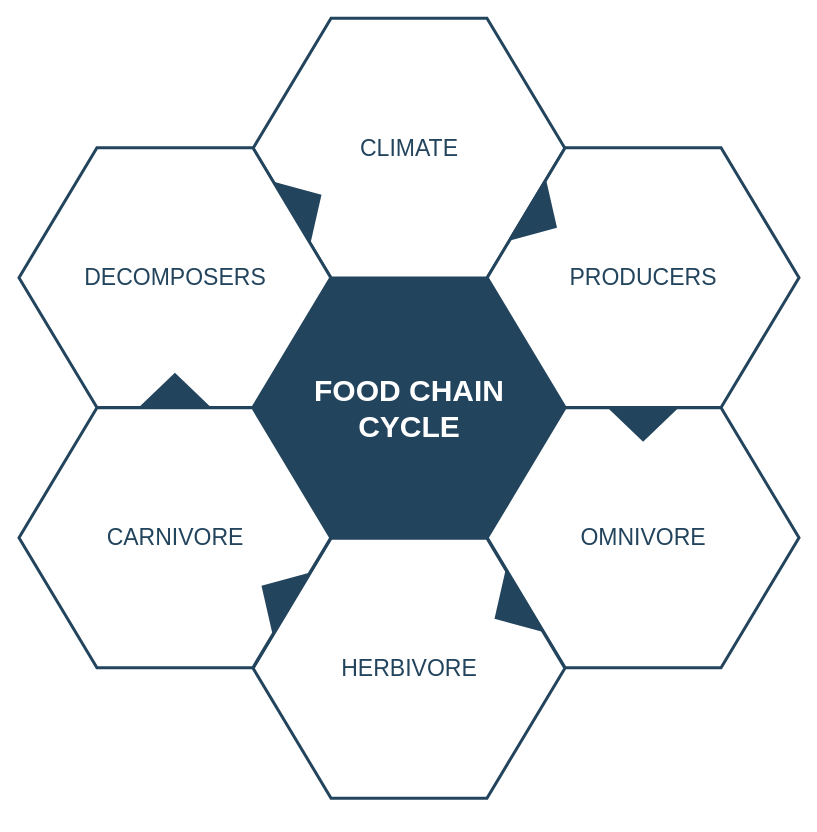
The draw.io diagram page "Page-1" (1 of 2) of Data_Preprocessing.drawio in ChanumoluGayathri/System_Design, before the edit. Source tidied: cells renumbered, new cells numbered last; positions are measured from the earlier drawing's top-left corner, leaving out a move shared by most shapes. Both pictures are drawn from the tidied source at 100%, with x=0, y=0 at pixel (18, 18).
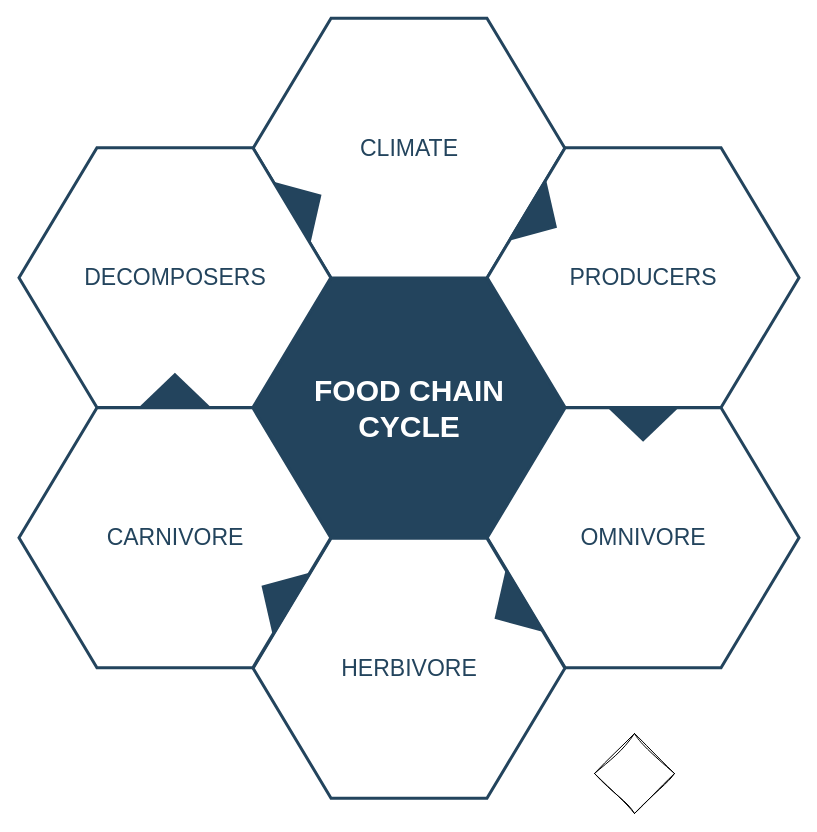
The same page after the edit.

Change to the diagram source:
```diff
@@
 <mxGraphModel>
   <root>
     <mxCell id="0" />
     <mxCell id="1" parent="0" />
     <mxCell id="2" value="&lt;font style=&quot;font-size: 30px&quot; color=&quot;#ffffff&quot;&gt;&lt;b&gt;&lt;span&gt;FOOD CHAIN&lt;/span&gt;&lt;br&gt;&lt;span&gt;CYCLE&lt;/span&gt;&lt;/b&gt;&lt;/font&gt;&lt;br&gt;" style="shape=hexagon;perimeter=hexagonPerimeter2;whiteSpace=wrap;html=1;shadow=0;labelBackgroundColor=none;strokeColor=#23445D;fillColor=#23445D;gradientColor=none;fontFamily=Helvetica;fontSize=23;fontColor=#23445d;align=center;strokeWidth=3;" parent="1" vertex="1">
       <mxGeometry x="234.6" y="259.8" width="311.8" height="259.9" as="geometry" />
     </mxCell>
     <mxCell id="3" style="triangle;whiteSpace=wrap;html=1;shadow=0;labelBackgroundColor=none;strokeColor=none;fillColor=#FFFFFF;fontFamily=Helvetica;fontSize=17;fontColor=#23445d;align=center;rotation=90;gradientColor=none;flipV=1;flipH=1;opacity=20;" parent="1" vertex="1">
       <mxGeometry x="115.5" y="277.7" width="72" height="152" as="geometry" />
     </mxCell>
     <mxCell id="4" value="&lt;font style=&quot;font-size: 23px&quot;&gt;CLIMATE&lt;/font&gt;" style="shape=hexagon;perimeter=hexagonPerimeter2;whiteSpace=wrap;html=1;shadow=0;labelBackgroundColor=none;strokeColor=#23445D;fillColor=#ffffff;gradientColor=none;fontFamily=Helvetica;fontSize=23;fontColor=#23445D;align=center;strokeWidth=3;" parent="1" vertex="1">
       <mxGeometry x="234.6" y="-0.3" width="311.8" height="259.9" as="geometry" />
     </mxCell>
     <mxCell id="5" value="&lt;font style=&quot;font-size: 23px&quot;&gt;PRODUCERS&lt;/font&gt;" style="shape=hexagon;perimeter=hexagonPerimeter2;whiteSpace=wrap;html=1;shadow=0;labelBackgroundColor=none;strokeColor=#23445D;fillColor=#FFFFFF;gradientColor=none;fontFamily=Helvetica;fontSize=23;fontColor=#23445d;align=center;strokeWidth=3;" parent="1" vertex="1">
       <mxGeometry x="468.7" y="129.2" width="311.8" height="259.9" as="geometry" />
     </mxCell>
     <mxCell id="6" value="&lt;font style=&quot;font-size: 23px&quot;&gt;OMNIVORE&lt;/font&gt;" style="shape=hexagon;perimeter=hexagonPerimeter2;whiteSpace=wrap;html=1;shadow=0;labelBackgroundColor=none;strokeColor=#23445D;fillColor=#FFFFFF;gradientColor=none;fontFamily=Helvetica;fontSize=23;fontColor=#23445d;align=center;strokeWidth=3;" parent="1" vertex="1">
       <mxGeometry x="468.7" y="389.3" width="311.8" height="259.9" as="geometry" />
     </mxCell>
     <mxCell id="7" value="&lt;font style=&quot;font-size: 23px&quot;&gt;HERBIVORE&lt;/font&gt;" style="shape=hexagon;perimeter=hexagonPerimeter2;whiteSpace=wrap;html=1;shadow=0;labelBackgroundColor=none;strokeColor=#23445D;fillColor=#FFFFFF;gradientColor=none;fontFamily=Helvetica;fontSize=23;fontColor=#23445d;align=center;strokeWidth=3;" parent="1" vertex="1">
       <mxGeometry x="234.6" y="519.8" width="311.8" height="259.9" as="geometry" />
     </mxCell>
     <mxCell id="8" value="&lt;font style=&quot;font-size: 23px&quot;&gt;CARNIVORE&lt;/font&gt;" style="shape=hexagon;perimeter=hexagonPerimeter2;whiteSpace=wrap;html=1;shadow=0;labelBackgroundColor=none;strokeColor=#23445D;fillColor=#FFFFFF;gradientColor=none;fontFamily=Helvetica;fontSize=23;fontColor=#23445d;align=center;strokeWidth=3;" parent="1" vertex="1">
       <mxGeometry x="0.5" y="389.3" width="311.8" height="259.9" as="geometry" />
     </mxCell>
     <mxCell id="9" value="&lt;font style=&quot;font-size: 23px;&quot;&gt;DECOMPOSERS&lt;/font&gt;" style="shape=hexagon;perimeter=hexagonPerimeter2;whiteSpace=wrap;html=1;shadow=0;labelBackgroundColor=none;strokeColor=#23445D;fillColor=#ffffff;gradientColor=none;fontFamily=Helvetica;fontSize=23;fontColor=#23445D;align=center;strokeWidth=3;" parent="1" vertex="1">
       <mxGeometry x="0.5" y="129.2" width="311.8" height="259.9" as="geometry" />
     </mxCell>
     <mxCell id="10" style="triangle;whiteSpace=wrap;html=1;shadow=0;labelBackgroundColor=none;strokeColor=none;fillColor=#23445D;fontFamily=Helvetica;fontSize=17;fontColor=#23445d;align=center;rotation=31;gradientColor=none;strokeWidth=3;" parent="1" vertex="1">
       <mxGeometry x="506" y="163.7" width="35" height="73" as="geometry" />
     </mxCell>
     <mxCell id="11" style="triangle;whiteSpace=wrap;html=1;shadow=0;labelBackgroundColor=none;strokeColor=none;fillColor=#23445D;fontFamily=Helvetica;fontSize=17;fontColor=#23445d;align=center;rotation=31;gradientColor=none;flipH=1;strokeWidth=3;" parent="1" vertex="1">
       <mxGeometry x="240.5" y="539.7" width="35" height="73" as="geometry" />
     </mxCell>
     <mxCell id="12" style="triangle;whiteSpace=wrap;html=1;shadow=0;labelBackgroundColor=none;strokeColor=none;fillColor=#23445D;fontFamily=Helvetica;fontSize=17;fontColor=#23445d;align=center;rotation=329;gradientColor=none;strokeWidth=3;" parent="1" vertex="1">
       <mxGeometry x="270.5" y="148.7" width="35" height="73" as="geometry" />
     </mxCell>
     <mxCell id="13" style="triangle;whiteSpace=wrap;html=1;shadow=0;labelBackgroundColor=none;strokeColor=none;fillColor=#23445D;fontFamily=Helvetica;fontSize=17;fontColor=#23445d;align=center;rotation=329;gradientColor=none;flipH=1;strokeWidth=3;" parent="1" vertex="1">
       <mxGeometry x="473.5" y="554.7" width="35" height="73" as="geometry" />
     </mxCell>
     <mxCell id="14" style="triangle;whiteSpace=wrap;html=1;shadow=0;labelBackgroundColor=none;strokeColor=none;fillColor=#23445D;fontFamily=Helvetica;fontSize=17;fontColor=#23445d;align=center;rotation=90;gradientColor=none;strokeWidth=3;" parent="1" vertex="1">
       <mxGeometry x="607.1" y="369.2" width="35" height="73" as="geometry" />
     </mxCell>
     <mxCell id="15" style="triangle;whiteSpace=wrap;html=1;shadow=0;labelBackgroundColor=none;strokeColor=none;fillColor=#23445D;fontFamily=Helvetica;fontSize=17;fontColor=#23445d;align=center;rotation=90;gradientColor=none;flipH=1;strokeWidth=3;" parent="1" vertex="1">
       <mxGeometry x="138.9" y="335.2" width="35" height="73" as="geometry" />
     </mxCell>
+    <mxCell id="16" style="rhombus;whiteSpace=wrap;html=1;sketch=1;hachureGap=4;jiggle=2;curveFitting=1;fontFamily=Architects Daughter;fontSize=20;" parent="1" vertex="1">
+      <mxGeometry x="576" y="715" width="80" height="80" as="geometry" />
+    </mxCell>
   </root>
 </mxGraphModel>
```
